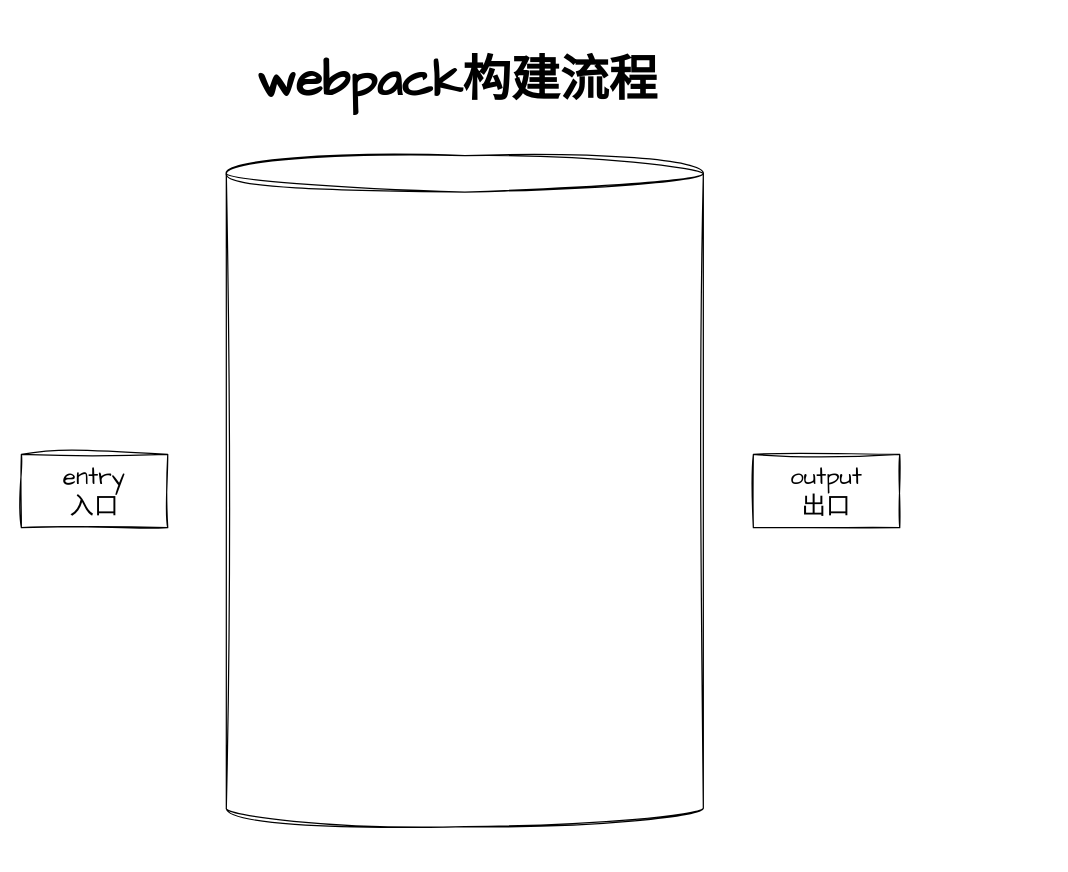
The draw.io diagram webpack构建流程.drawio in Dinosly/fe-interview, before the edit. Source tidied: cells renumbered, new cells numbered last; positions are measured from the earlier drawing's top-left corner, leaving out a move shared by most shapes. Both pictures are drawn from the tidied source at 122%, with x=0, y=0 at pixel (21, 33).
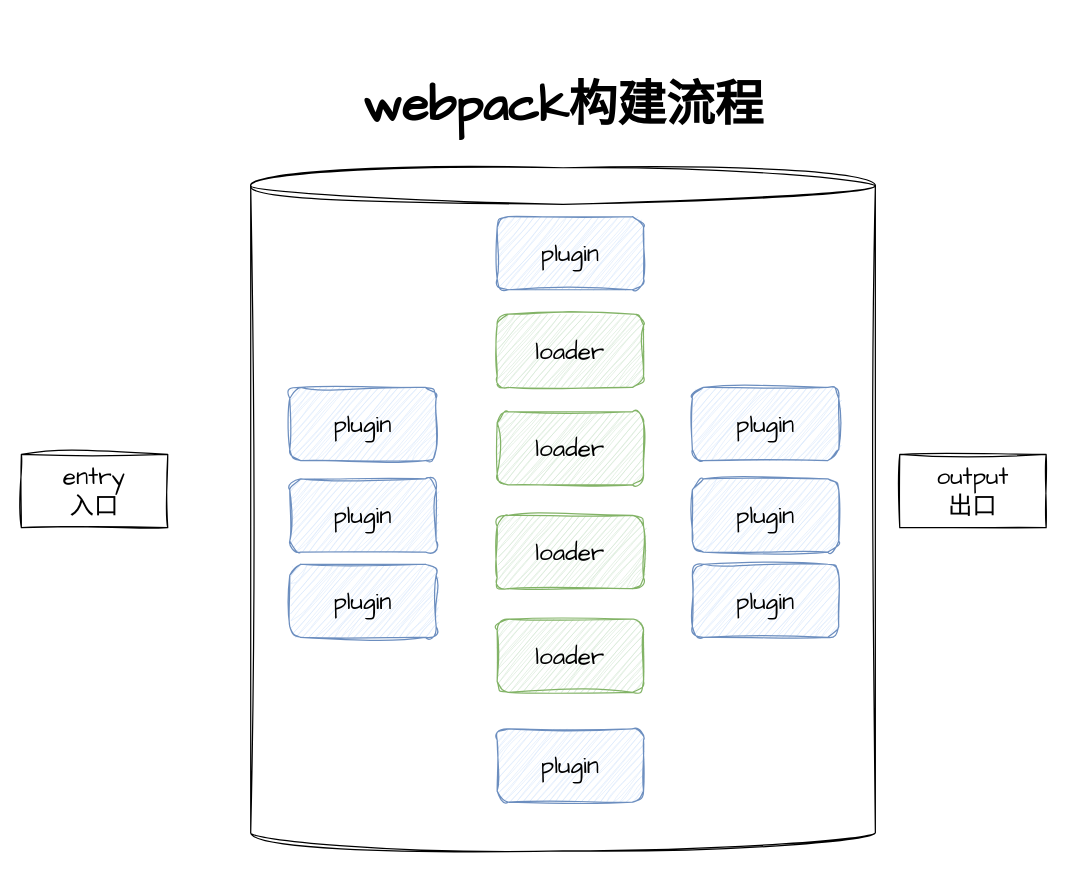
The same page after the edit.

Commit message (it also covers changes not shown here):
更新webpack构建流程.drawio

What changed in the source:
```diff
@@
 <mxGraphModel>
   <root>
     <mxCell id="0" />
     <mxCell id="1" parent="0" />
     <mxCell id="2" value="entry&lt;br&gt;入口" style="rounded=0;whiteSpace=wrap;html=1;sketch=1;hachureGap=4;jiggle=2;curveFitting=1;fontFamily=Architects Daughter;fontSize=20;" parent="1" vertex="1">
       <mxGeometry y="345" width="120" height="60" as="geometry" />
     </mxCell>
     <mxCell id="3" value="&lt;h1&gt;webpack构建流程&lt;/h1&gt;" style="text;html=1;strokeColor=none;fillColor=none;spacing=5;spacingTop=-20;whiteSpace=wrap;overflow=hidden;rounded=0;fontSize=20;fontFamily=Architects Daughter;" parent="1" vertex="1">
-      <mxGeometry x="188" width="351" height="70" as="geometry" />
+      <mxGeometry x="274.5" y="20" width="351" height="70" as="geometry" />
     </mxCell>
     <mxCell id="4" value="output&lt;br&gt;出口" style="rounded=0;whiteSpace=wrap;html=1;sketch=1;hachureGap=4;jiggle=2;curveFitting=1;fontFamily=Architects Daughter;fontSize=20;" parent="1" vertex="1">
-      <mxGeometry x="600" y="345" width="120" height="60" as="geometry" />
+      <mxGeometry x="720" y="345" width="120" height="60" as="geometry" />
     </mxCell>
     <mxCell id="5" style="shape=cylinder3;whiteSpace=wrap;html=1;boundedLbl=1;backgroundOutline=1;size=15;sketch=1;hachureGap=4;jiggle=2;curveFitting=1;fontFamily=Architects Daughter;fontSize=20;" parent="1" vertex="1">
-      <mxGeometry x="168" y="100" width="391" height="550" as="geometry" />
+      <mxGeometry x="188" y="110" width="512" height="560" as="geometry" />
     </mxCell>
+    <mxCell id="6" value="plugin" style="rounded=1;whiteSpace=wrap;html=1;sketch=1;hachureGap=4;jiggle=2;curveFitting=1;fontFamily=Architects Daughter;fontSize=20;fillColor=#dae8fc;strokeColor=#6c8ebf;" parent="1" vertex="1">
+      <mxGeometry x="220" y="290" width="120" height="60" as="geometry" />
+    </mxCell>
+    <mxCell id="7" value="loader" style="rounded=1;whiteSpace=wrap;html=1;sketch=1;hachureGap=4;jiggle=2;curveFitting=1;fontFamily=Architects Daughter;fontSize=20;fillColor=#d5e8d4;strokeColor=#82b366;" parent="1" vertex="1">
+      <mxGeometry x="390" y="230" width="120" height="60" as="geometry" />
+    </mxCell>
+    <mxCell id="8" value="loader" style="rounded=1;whiteSpace=wrap;html=1;sketch=1;hachureGap=4;jiggle=2;curveFitting=1;fontFamily=Architects Daughter;fontSize=20;fillColor=#d5e8d4;strokeColor=#82b366;" parent="1" vertex="1">
+      <mxGeometry x="390" y="310" width="120" height="60" as="geometry" />
+    </mxCell>
+    <mxCell id="9" value="loader" style="rounded=1;whiteSpace=wrap;html=1;sketch=1;hachureGap=4;jiggle=2;curveFitting=1;fontFamily=Architects Daughter;fontSize=20;fillColor=#d5e8d4;strokeColor=#82b366;" parent="1" vertex="1">
+      <mxGeometry x="390" y="395" width="120" height="60" as="geometry" />
+    </mxCell>
+    <mxCell id="10" value="loader" style="rounded=1;whiteSpace=wrap;html=1;sketch=1;hachureGap=4;jiggle=2;curveFitting=1;fontFamily=Architects Daughter;fontSize=20;fillColor=#d5e8d4;strokeColor=#82b366;" parent="1" vertex="1">
+      <mxGeometry x="390" y="480" width="120" height="60" as="geometry" />
+    </mxCell>
+    <mxCell id="11" value="plugin" style="rounded=1;whiteSpace=wrap;html=1;sketch=1;hachureGap=4;jiggle=2;curveFitting=1;fontFamily=Architects Daughter;fontSize=20;fillColor=#dae8fc;strokeColor=#6c8ebf;" parent="1" vertex="1">
+      <mxGeometry x="220" y="365" width="120" height="60" as="geometry" />
+    </mxCell>
+    <mxCell id="12" value="plugin" style="rounded=1;whiteSpace=wrap;html=1;sketch=1;hachureGap=4;jiggle=2;curveFitting=1;fontFamily=Architects Daughter;fontSize=20;fillColor=#dae8fc;strokeColor=#6c8ebf;" parent="1" vertex="1">
+      <mxGeometry x="220" y="435" width="120" height="60" as="geometry" />
+    </mxCell>
+    <mxCell id="13" value="plugin" style="rounded=1;whiteSpace=wrap;html=1;sketch=1;hachureGap=4;jiggle=2;curveFitting=1;fontFamily=Architects Daughter;fontSize=20;fillColor=#dae8fc;strokeColor=#6c8ebf;" parent="1" vertex="1">
+      <mxGeometry x="550" y="290" width="120" height="60" as="geometry" />
+    </mxCell>
+    <mxCell id="14" value="plugin" style="rounded=1;whiteSpace=wrap;html=1;sketch=1;hachureGap=4;jiggle=2;curveFitting=1;fontFamily=Architects Daughter;fontSize=20;fillColor=#dae8fc;strokeColor=#6c8ebf;" parent="1" vertex="1">
+      <mxGeometry x="550" y="365" width="120" height="60" as="geometry" />
+    </mxCell>
+    <mxCell id="15" value="plugin" style="rounded=1;whiteSpace=wrap;html=1;sketch=1;hachureGap=4;jiggle=2;curveFitting=1;fontFamily=Architects Daughter;fontSize=20;fillColor=#dae8fc;strokeColor=#6c8ebf;" parent="1" vertex="1">
+      <mxGeometry x="550" y="435" width="120" height="60" as="geometry" />
+    </mxCell>
+    <mxCell id="16" value="plugin" style="rounded=1;whiteSpace=wrap;html=1;sketch=1;hachureGap=4;jiggle=2;curveFitting=1;fontFamily=Architects Daughter;fontSize=20;fillColor=#dae8fc;strokeColor=#6c8ebf;" parent="1" vertex="1">
+      <mxGeometry x="390" y="570" width="120" height="60" as="geometry" />
+    </mxCell>
+    <mxCell id="17" value="plugin" style="rounded=1;whiteSpace=wrap;html=1;sketch=1;hachureGap=4;jiggle=2;curveFitting=1;fontFamily=Architects Daughter;fontSize=20;fillColor=#dae8fc;strokeColor=#6c8ebf;" parent="1" vertex="1">
+      <mxGeometry x="390" y="150" width="120" height="60" as="geometry" />
+    </mxCell>
   </root>
 </mxGraphModel>
```
